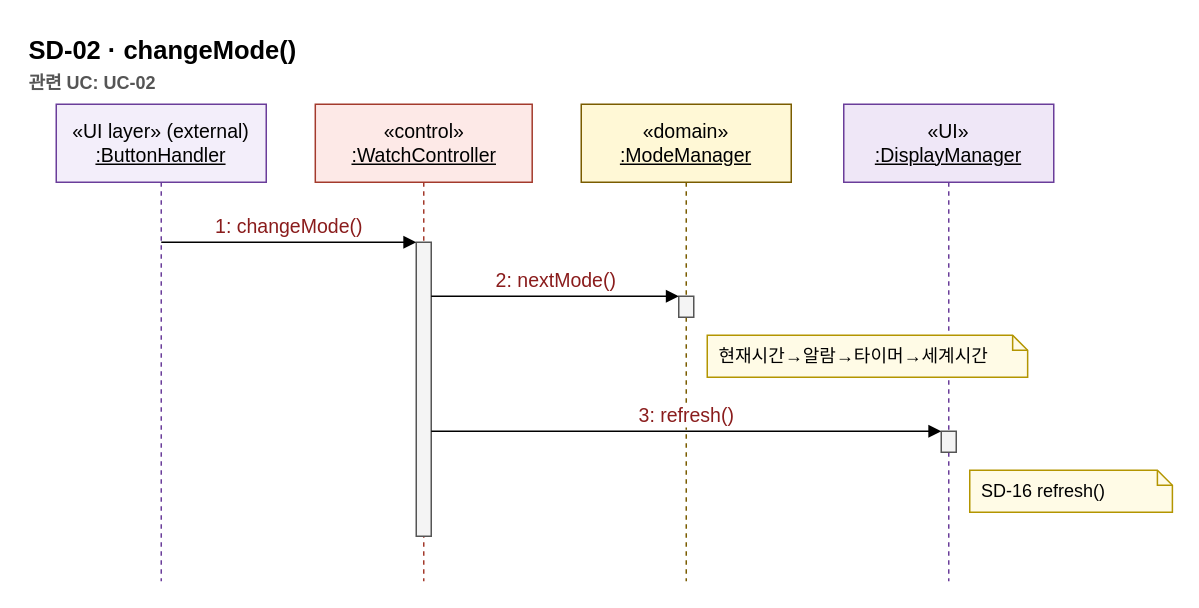
Before: page "SD-02 changeMode()" (2 of 16) of docs/OOAD/practice/sd/DigitalWatch_SequenceDiagrams.drawio in sspring2048/AssoArch, a draw.io diagram. Source tidied: cells renumbered, new cells numbered last; positions are measured from the earlier drawing's top-left corner, leaving out a move shared by most shapes. Both pictures are drawn from the tidied source at 150%, with x=0, y=0 at pixel (26, 26).
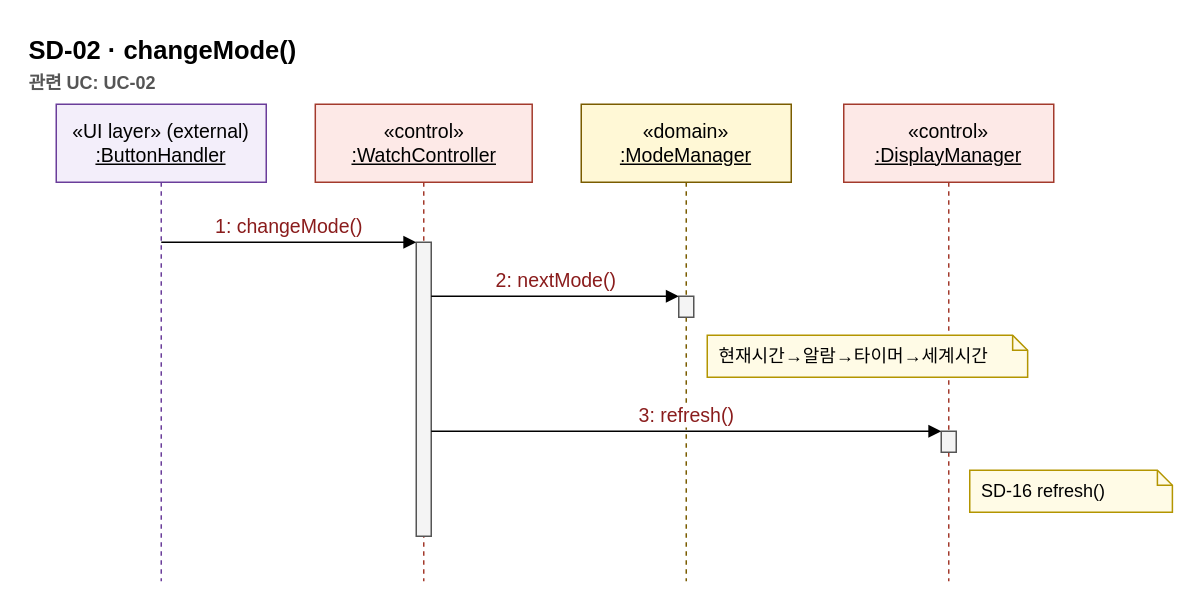
After the change.

What changed in the source:
```diff
@@
 <mxGraphModel>
   <root>
     <mxCell id="0" />
     <mxCell id="1" parent="0" />
     <mxCell id="2" value="SD-02 · changeMode()&lt;br&gt;&lt;font style=&quot;font-size:12px&quot; color=&quot;#555555&quot;&gt;관련 UC: UC-02&lt;/font&gt;" style="text;html=1;fontSize=17;fontStyle=1;align=left;verticalAlign=top;" parent="1" vertex="1">
       <mxGeometry width="700" height="44" as="geometry" />
     </mxCell>
     <mxCell id="3" value="«UI layer» (external)&lt;br&gt;&lt;u&gt;:ButtonHandler&lt;/u&gt;" style="shape=umlLifeline;perimeter=lifelinePerimeter;whiteSpace=wrap;html=1;size=52;fillColor=#f3eefa;strokeColor=#6a3d9a;fontSize=13;" parent="1" vertex="1">
       <mxGeometry x="20" y="52" width="140" height="318" as="geometry" />
     </mxCell>
     <mxCell id="4" value="«control»&lt;br&gt;&lt;u&gt;:WatchController&lt;/u&gt;" style="shape=umlLifeline;perimeter=lifelinePerimeter;whiteSpace=wrap;html=1;size=52;fillColor=#fde9e7;strokeColor=#a33a2c;fontSize=13;" parent="1" vertex="1">
       <mxGeometry x="192.7" y="52" width="144.6" height="318" as="geometry" />
     </mxCell>
     <mxCell id="5" value="«domain»&lt;br&gt;&lt;u&gt;:ModeManager&lt;/u&gt;" style="shape=umlLifeline;perimeter=lifelinePerimeter;whiteSpace=wrap;html=1;size=52;fillColor=#fff8d6;strokeColor=#7a5c00;fontSize=13;" parent="1" vertex="1">
       <mxGeometry x="370" y="52" width="140" height="318" as="geometry" />
     </mxCell>
-    <mxCell id="6" value="«UI»&lt;br&gt;&lt;u&gt;:DisplayManager&lt;/u&gt;" style="shape=umlLifeline;perimeter=lifelinePerimeter;whiteSpace=wrap;html=1;size=52;fillColor=#efe7f7;strokeColor=#6a3d9a;fontSize=13;" parent="1" vertex="1">
+    <mxCell id="6" value="«control»&lt;br&gt;&lt;u&gt;:DisplayManager&lt;/u&gt;" style="shape=umlLifeline;perimeter=lifelinePerimeter;whiteSpace=wrap;html=1;size=52;fillColor=#fde9e7;strokeColor=#a33a2c;fontSize=13;" parent="1" vertex="1">
       <mxGeometry x="545" y="52" width="140" height="318" as="geometry" />
     </mxCell>
     <mxCell id="7" style="html=1;perimeter=orthogonalPerimeter;fillColor=#f4f4f4;strokeColor=#555555;" parent="1" vertex="1">
       <mxGeometry x="435" y="180" width="10" height="14" as="geometry" />
     </mxCell>
     <mxCell id="8" style="html=1;perimeter=orthogonalPerimeter;fillColor=#f4f4f4;strokeColor=#555555;" parent="1" vertex="1">
       <mxGeometry x="610" y="270" width="10" height="14" as="geometry" />
     </mxCell>
     <mxCell id="9" style="html=1;perimeter=orthogonalPerimeter;fillColor=#f4f4f4;strokeColor=#555555;" parent="1" vertex="1">
       <mxGeometry x="260" y="144" width="10" height="196" as="geometry" />
     </mxCell>
     <mxCell id="10" value="1: changeMode()" style="html=1;verticalAlign=bottom;endArrow=block;endFill=1;fontSize=13;fontColor=#8a1c1c;" parent="1" edge="1">
       <mxGeometry relative="1" as="geometry">
         <mxPoint x="90" y="144" as="sourcePoint" />
         <mxPoint x="260" y="144" as="targetPoint" />
       </mxGeometry>
     </mxCell>
     <mxCell id="11" value="2: nextMode()" style="html=1;verticalAlign=bottom;endArrow=block;endFill=1;fontSize=13;fontColor=#8a1c1c;" parent="1" edge="1">
       <mxGeometry relative="1" as="geometry">
         <mxPoint x="270" y="180" as="sourcePoint" />
         <mxPoint x="435" y="180" as="targetPoint" />
       </mxGeometry>
     </mxCell>
     <mxCell id="12" value="현재시간→알람→타이머→세계시간" style="shape=note;size=10;whiteSpace=wrap;html=1;align=left;spacingLeft=6;fontSize=12;fillColor=#fffbe6;strokeColor=#b39500;" parent="1" vertex="1">
       <mxGeometry x="454" y="206" width="213.6" height="28" as="geometry" />
     </mxCell>
     <mxCell id="13" value="3: refresh()" style="html=1;verticalAlign=bottom;endArrow=block;endFill=1;fontSize=13;fontColor=#8a1c1c;" parent="1" edge="1">
       <mxGeometry relative="1" as="geometry">
         <mxPoint x="270" y="270" as="sourcePoint" />
         <mxPoint x="610" y="270" as="targetPoint" />
       </mxGeometry>
     </mxCell>
     <mxCell id="14" value="SD-16 refresh()" style="shape=note;size=10;whiteSpace=wrap;html=1;align=left;spacingLeft=6;fontSize=12;fillColor=#fffbe6;strokeColor=#b39500;" parent="1" vertex="1">
       <mxGeometry x="629" y="296" width="135.1" height="28" as="geometry" />
     </mxCell>
   </root>
 </mxGraphModel>
```
